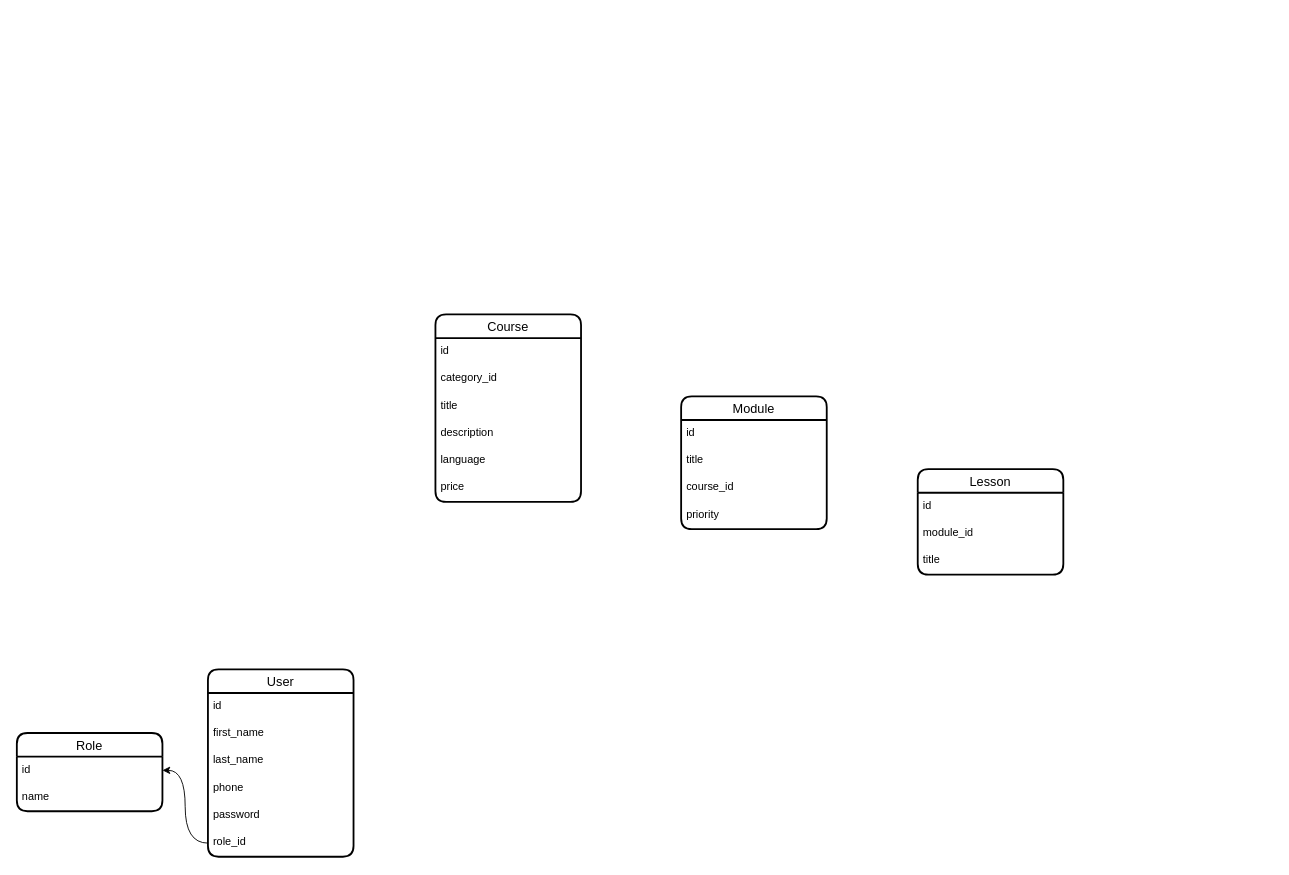
Above: karsoft-learning-platform.drawio in iztileuoff/databases (draw.io), before the change. Source tidied: cells renumbered, new cells numbered last; positions are measured from the earlier drawing's top-left corner, leaving out a move shared by most shapes. Both pictures are drawn from the tidied source at 91%, with x=0, y=0 at pixel (16, 314).
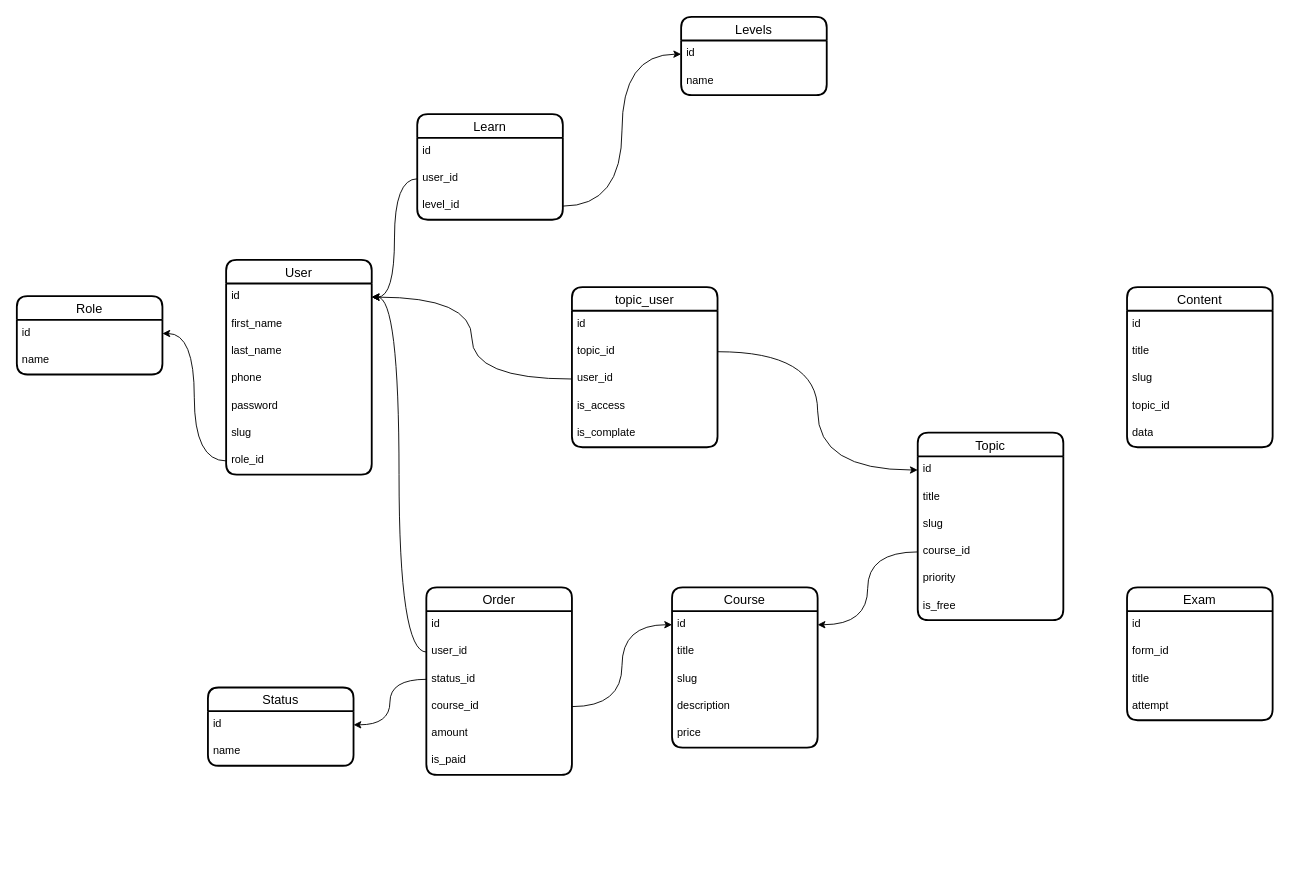
Above is the later version.

Unchanged cells that the change refers to:
```xml
<mxCell id="3" value="id" style="text;strokeColor=none;fillColor=none;spacingLeft=4;spacingRight=4;overflow=hidden;points=[[0,0.5],[1,0.5]];portConstraint=eastwest;fontSize=12;whiteSpace=wrap;html=1;" parent="2" vertex="1">
  <mxGeometry y="26" width="160" height="30" as="geometry" />
</mxCell>
<mxCell id="14" value="id" style="text;strokeColor=none;fillColor=none;spacingLeft=4;spacingRight=4;overflow=hidden;points=[[0,0.5],[1,0.5]];portConstraint=eastwest;fontSize=12;whiteSpace=wrap;html=1;" parent="13" vertex="1">
  <mxGeometry y="26" width="160" height="30" as="geometry" />
</mxCell>
<mxCell id="21" value="id" style="text;strokeColor=none;fillColor=none;spacingLeft=4;spacingRight=4;overflow=hidden;points=[[0,0.5],[1,0.5]];portConstraint=eastwest;fontSize=12;whiteSpace=wrap;html=1;" parent="20" vertex="1">
  <mxGeometry y="26" width="160" height="30" as="geometry" />
</mxCell>
```

What changed in the source:
```diff
@@
     <mxCell id="2" value="User" style="swimlane;fontStyle=0;horizontal=1;startSize=26;align=center;fontSize=14;strokeWidth=2;rounded=1;shadow=0;glass=0;swimlaneLine=1;" parent="1" vertex="1">
-      <mxGeometry x="210" y="390" width="160" height="206" as="geometry" />
+      <mxGeometry x="230" y="-60" width="160" height="236" as="geometry" />
     </mxCell>
@@
+    <mxCell id="29" value="slug" style="text;strokeColor=none;fillColor=none;spacingLeft=4;spacingRight=4;overflow=hidden;fontSize=12;whiteSpace=wrap;html=1;" parent="2" vertex="1">
+      <mxGeometry y="176" width="160" height="30" as="geometry" />
+    </mxCell>
     <mxCell id="8" value="role_id" style="text;strokeColor=none;fillColor=none;spacingLeft=4;spacingRight=4;overflow=hidden;points=[[0,0.5],[1,0.5]];portConstraint=eastwest;fontSize=12;whiteSpace=wrap;html=1;" parent="2" vertex="1">
-      <mxGeometry y="176" width="160" height="30" as="geometry" />
+      <mxGeometry y="206" width="160" height="30" as="geometry" />
     </mxCell>
     <mxCell id="9" value="Role" style="swimlane;fontStyle=0;horizontal=1;startSize=26;align=center;fontSize=14;strokeWidth=2;rounded=1;shadow=0;glass=0;swimlaneLine=1;" parent="1" vertex="1">
-      <mxGeometry y="460" width="160" height="86" as="geometry" />
+      <mxGeometry y="-20" width="160" height="86" as="geometry" />
     </mxCell>
@@
     <mxCell id="13" value="Course" style="swimlane;fontStyle=0;horizontal=1;startSize=26;align=center;fontSize=14;strokeWidth=2;rounded=1;shadow=0;glass=0;swimlaneLine=1;" parent="1" vertex="1">
-      <mxGeometry x="460" width="160" height="206" as="geometry" />
+      <mxGeometry x="720" y="300" width="160" height="176" as="geometry" />
     </mxCell>
@@
-    <mxCell id="15" value="category_id" style="text;strokeColor=none;fillColor=none;spacingLeft=4;spacingRight=4;overflow=hidden;fontSize=12;whiteSpace=wrap;html=1;" parent="13" vertex="1">
-      <mxGeometry y="56" width="160" height="30" as="geometry" />
-    </mxCell>
     <mxCell id="16" value="title" style="text;strokeColor=none;fillColor=none;spacingLeft=4;spacingRight=4;overflow=hidden;fontSize=12;whiteSpace=wrap;html=1;" parent="13" vertex="1">
-      <mxGeometry y="86" width="160" height="30" as="geometry" />
+      <mxGeometry y="56" width="160" height="30" as="geometry" />
     </mxCell>
+    <mxCell id="30" value="slug" style="text;strokeColor=none;fillColor=none;spacingLeft=4;spacingRight=4;overflow=hidden;fontSize=12;whiteSpace=wrap;html=1;" parent="13" vertex="1">
+      <mxGeometry y="86" width="160" height="30" as="geometry" />
+    </mxCell>
@@
-    <mxCell id="18" value="language" style="text;strokeColor=none;fillColor=none;spacingLeft=4;spacingRight=4;overflow=hidden;fontSize=12;whiteSpace=wrap;html=1;" parent="13" vertex="1">
-      <mxGeometry y="146" width="160" height="30" as="geometry" />
-    </mxCell>
     <mxCell id="19" value="price" style="text;strokeColor=none;fillColor=none;spacingLeft=4;spacingRight=4;overflow=hidden;fontSize=12;whiteSpace=wrap;html=1;" parent="13" vertex="1">
-      <mxGeometry y="176" width="160" height="30" as="geometry" />
+      <mxGeometry y="146" width="160" height="30" as="geometry" />
     </mxCell>
-    <mxCell id="20" value="Module" style="swimlane;fontStyle=0;horizontal=1;startSize=26;align=center;fontSize=14;strokeWidth=2;rounded=1;shadow=0;glass=0;swimlaneLine=1;" parent="1" vertex="1">
-      <mxGeometry x="730" y="90" width="160" height="146" as="geometry" />
+    <mxCell id="20" value="Topic" style="swimlane;fontStyle=0;horizontal=1;startSize=26;align=center;fontSize=14;strokeWidth=2;rounded=1;shadow=0;glass=0;swimlaneLine=1;" parent="1" vertex="1">
+      <mxGeometry x="990" y="130" width="160" height="206" as="geometry" />
     </mxCell>
@@
+    <mxCell id="31" value="slug" style="text;strokeColor=none;fillColor=none;spacingLeft=4;spacingRight=4;overflow=hidden;fontSize=12;whiteSpace=wrap;html=1;" parent="20" vertex="1">
+      <mxGeometry y="86" width="160" height="30" as="geometry" />
+    </mxCell>
     <mxCell id="23" value="course_id" style="text;strokeColor=none;fillColor=none;spacingLeft=4;spacingRight=4;overflow=hidden;points=[[0,0.5],[1,0.5]];portConstraint=eastwest;fontSize=12;whiteSpace=wrap;html=1;" parent="20" vertex="1">
-      <mxGeometry y="86" width="160" height="30" as="geometry" />
+      <mxGeometry y="116" width="160" height="30" as="geometry" />
     </mxCell>
     <mxCell id="24" value="priority" style="text;strokeColor=none;fillColor=none;spacingLeft=4;spacingRight=4;overflow=hidden;fontSize=12;whiteSpace=wrap;html=1;" parent="20" vertex="1">
-      <mxGeometry y="116" width="160" height="30" as="geometry" />
+      <mxGeometry y="146" width="160" height="30" as="geometry" />
     </mxCell>
-    <mxCell id="25" value="Lesson" style="swimlane;fontStyle=0;horizontal=1;startSize=26;align=center;fontSize=14;strokeWidth=2;rounded=1;shadow=0;glass=0;swimlaneLine=1;" parent="1" vertex="1">
-      <mxGeometry x="990" y="170" width="160" height="116" as="geometry" />
-    </mxCell>
-    <mxCell id="26" value="id" style="text;strokeColor=none;fillColor=none;spacingLeft=4;spacingRight=4;overflow=hidden;fontSize=12;whiteSpace=wrap;html=1;" parent="25" vertex="1">
-      <mxGeometry y="26" width="160" height="30" as="geometry" />
-    </mxCell>
-    <mxCell id="27" value="module_id" style="text;strokeColor=none;fillColor=none;spacingLeft=4;spacingRight=4;overflow=hidden;fontSize=12;whiteSpace=wrap;html=1;" parent="25" vertex="1">
-      <mxGeometry y="56" width="160" height="30" as="geometry" />
-    </mxCell>
+    <mxCell id="32" value="is_free" style="text;strokeColor=none;fillColor=none;spacingLeft=4;spacingRight=4;overflow=hidden;fontSize=12;whiteSpace=wrap;html=1;" parent="20" vertex="1">
+      <mxGeometry y="176" width="160" height="30" as="geometry" />
+    </mxCell>
+    <mxCell id="33" value="Order" style="swimlane;fontStyle=0;horizontal=1;startSize=26;align=center;fontSize=14;strokeWidth=2;rounded=1;shadow=0;glass=0;swimlaneLine=1;" parent="1" vertex="1">
+      <mxGeometry x="450" y="300" width="160" height="206" as="geometry" />
+    </mxCell>
+    <mxCell id="34" value="id" style="text;strokeColor=none;fillColor=none;spacingLeft=4;spacingRight=4;overflow=hidden;fontSize=12;whiteSpace=wrap;html=1;" parent="33" vertex="1">
+      <mxGeometry y="26" width="160" height="30" as="geometry" />
+    </mxCell>
+    <mxCell id="35" value="user_id" style="text;strokeColor=none;fillColor=none;spacingLeft=4;spacingRight=4;overflow=hidden;points=[[0,0.5],[1,0.5]];portConstraint=eastwest;fontSize=12;whiteSpace=wrap;html=1;" parent="33" vertex="1">
+      <mxGeometry y="56" width="160" height="30" as="geometry" />
+    </mxCell>
+    <mxCell id="36" value="status_id" style="text;strokeColor=none;fillColor=none;spacingLeft=4;spacingRight=4;overflow=hidden;points=[[0,0.5],[1,0.5]];portConstraint=eastwest;fontSize=12;whiteSpace=wrap;html=1;" parent="33" vertex="1">
+      <mxGeometry y="86" width="160" height="30" as="geometry" />
+    </mxCell>
+    <mxCell id="37" value="course_id" style="text;strokeColor=none;fillColor=none;spacingLeft=4;spacingRight=4;overflow=hidden;points=[[0,0.5],[1,0.5]];portConstraint=eastwest;fontSize=12;whiteSpace=wrap;html=1;" parent="33" vertex="1">
+      <mxGeometry y="116" width="160" height="30" as="geometry" />
+    </mxCell>
+    <mxCell id="38" value="amount" style="text;strokeColor=none;fillColor=none;spacingLeft=4;spacingRight=4;overflow=hidden;fontSize=12;whiteSpace=wrap;html=1;" parent="33" vertex="1">
+      <mxGeometry y="146" width="160" height="30" as="geometry" />
+    </mxCell>
+    <mxCell id="39" value="is_paid" style="text;strokeColor=none;fillColor=none;spacingLeft=4;spacingRight=4;overflow=hidden;fontSize=12;whiteSpace=wrap;html=1;" parent="33" vertex="1">
+      <mxGeometry y="176" width="160" height="30" as="geometry" />
+    </mxCell>
+    <mxCell id="40" style="edgeStyle=orthogonalEdgeStyle;rounded=0;jettySize=auto;html=1;entryX=0;entryY=0.5;entryDx=0;entryDy=0;curved=1;" parent="1" edge="1" source="37" target="14">
+      <mxGeometry relative="1" as="geometry" />
+    </mxCell>
+    <mxCell id="41" style="edgeStyle=orthogonalEdgeStyle;rounded=0;jettySize=auto;html=1;entryX=1;entryY=0.5;entryDx=0;entryDy=0;curved=1;" parent="1" edge="1" source="35" target="3">
+      <mxGeometry relative="1" as="geometry" />
+    </mxCell>
+    <mxCell id="42" value="Status" style="swimlane;fontStyle=0;horizontal=1;startSize=26;align=center;fontSize=14;strokeWidth=2;rounded=1;shadow=0;glass=0;swimlaneLine=1;" parent="1" vertex="1">
+      <mxGeometry x="210" y="410" width="160" height="86" as="geometry" />
+    </mxCell>
+    <mxCell id="43" value="id" style="text;strokeColor=none;fillColor=none;spacingLeft=4;spacingRight=4;overflow=hidden;points=[[0,0.5],[1,0.5]];portConstraint=eastwest;fontSize=12;whiteSpace=wrap;html=1;" parent="42" vertex="1">
+      <mxGeometry y="26" width="160" height="30" as="geometry" />
+    </mxCell>
+    <mxCell id="44" value="name" style="text;strokeColor=none;fillColor=none;spacingLeft=4;spacingRight=4;overflow=hidden;fontSize=12;whiteSpace=wrap;html=1;" parent="42" vertex="1">
+      <mxGeometry y="56" width="160" height="30" as="geometry" />
+    </mxCell>
+    <mxCell id="45" style="edgeStyle=orthogonalEdgeStyle;rounded=0;jettySize=auto;html=1;entryX=1;entryY=0.5;entryDx=0;entryDy=0;curved=1;" parent="1" edge="1" source="36" target="43">
+      <mxGeometry relative="1" as="geometry" />
+    </mxCell>
+    <mxCell id="46" value="topic_user" style="swimlane;fontStyle=0;horizontal=1;startSize=26;align=center;fontSize=14;strokeWidth=2;rounded=1;shadow=0;glass=0;swimlaneLine=1;" parent="1" vertex="1">
+      <mxGeometry x="610" y="-30" width="160" height="176" as="geometry" />
+    </mxCell>
+    <mxCell id="47" value="id" style="text;strokeColor=none;fillColor=none;spacingLeft=4;spacingRight=4;overflow=hidden;fontSize=12;whiteSpace=wrap;html=1;" parent="46" vertex="1">
+      <mxGeometry y="26" width="160" height="30" as="geometry" />
+    </mxCell>
+    <mxCell id="48" value="topic_id" style="text;strokeColor=none;fillColor=none;spacingLeft=4;spacingRight=4;overflow=hidden;points=[[0,0.5],[1,0.5]];portConstraint=eastwest;fontSize=12;whiteSpace=wrap;html=1;" parent="46" vertex="1">
+      <mxGeometry y="56" width="160" height="30" as="geometry" />
+    </mxCell>
+    <mxCell id="49" value="user_id" style="text;strokeColor=none;fillColor=none;spacingLeft=4;spacingRight=4;overflow=hidden;points=[[0,0.5],[1,0.5]];portConstraint=eastwest;fontSize=12;whiteSpace=wrap;html=1;" parent="46" vertex="1">
+      <mxGeometry y="86" width="160" height="30" as="geometry" />
+    </mxCell>
+    <mxCell id="50" value="is_access" style="text;strokeColor=none;fillColor=none;spacingLeft=4;spacingRight=4;overflow=hidden;fontSize=12;whiteSpace=wrap;html=1;" parent="46" vertex="1">
+      <mxGeometry y="116" width="160" height="30" as="geometry" />
+    </mxCell>
+    <mxCell id="51" value="is_complate" style="text;strokeColor=none;fillColor=none;spacingLeft=4;spacingRight=4;overflow=hidden;fontSize=12;whiteSpace=wrap;html=1;" parent="46" vertex="1">
+      <mxGeometry y="146" width="160" height="30" as="geometry" />
+    </mxCell>
+    <mxCell id="52" style="edgeStyle=orthogonalEdgeStyle;rounded=0;jettySize=auto;html=1;entryX=0;entryY=0.5;entryDx=0;entryDy=0;curved=1;" parent="1" edge="1" source="48" target="21">
+      <mxGeometry relative="1" as="geometry" />
+    </mxCell>
+    <mxCell id="53" style="edgeStyle=orthogonalEdgeStyle;rounded=0;jettySize=auto;html=1;entryX=1;entryY=0.5;entryDx=0;entryDy=0;curved=1;" parent="1" edge="1" source="49" target="3">
+      <mxGeometry relative="1" as="geometry" />
+    </mxCell>
+    <mxCell id="54" style="edgeStyle=orthogonalEdgeStyle;rounded=0;jettySize=auto;html=1;entryX=1;entryY=0.5;entryDx=0;entryDy=0;curved=1;" parent="1" edge="1" source="23" target="14">
+      <mxGeometry relative="1" as="geometry" />
+    </mxCell>
+    <mxCell id="55" value="Exam" style="swimlane;fontStyle=0;horizontal=1;startSize=26;align=center;fontSize=14;strokeWidth=2;rounded=1;shadow=0;glass=0;swimlaneLine=1;" parent="1" vertex="1">
+      <mxGeometry x="1220" y="300" width="160" height="146" as="geometry" />
+    </mxCell>
+    <mxCell id="56" value="id" style="text;strokeColor=none;fillColor=none;spacingLeft=4;spacingRight=4;overflow=hidden;fontSize=12;whiteSpace=wrap;html=1;" parent="55" vertex="1">
+      <mxGeometry y="26" width="160" height="30" as="geometry" />
+    </mxCell>
+    <mxCell id="57" value="form_id" style="text;strokeColor=none;fillColor=none;spacingLeft=4;spacingRight=4;overflow=hidden;fontSize=12;whiteSpace=wrap;html=1;" parent="55" vertex="1">
+      <mxGeometry y="56" width="160" height="30" as="geometry" />
+    </mxCell>
-    <mxCell id="28" value="title" style="text;strokeColor=none;fillColor=none;spacingLeft=4;spacingRight=4;overflow=hidden;fontSize=12;whiteSpace=wrap;html=1;" parent="25" vertex="1">
+    <mxCell id="28" value="title" style="text;strokeColor=none;fillColor=none;spacingLeft=4;spacingRight=4;overflow=hidden;fontSize=12;whiteSpace=wrap;html=1;" parent="55" vertex="1">
       <mxGeometry y="86" width="160" height="30" as="geometry" />
     </mxCell>
+    <mxCell id="58" value="attempt" style="text;strokeColor=none;fillColor=none;spacingLeft=4;spacingRight=4;overflow=hidden;fontSize=12;whiteSpace=wrap;html=1;" parent="55" vertex="1">
+      <mxGeometry y="116" width="160" height="30" as="geometry" />
+    </mxCell>
+    <mxCell id="59" value="Learn" style="swimlane;fontStyle=0;horizontal=1;startSize=26;align=center;fontSize=14;strokeWidth=2;rounded=1;shadow=0;glass=0;swimlaneLine=1;" parent="1" vertex="1">
+      <mxGeometry x="440" y="-220" width="160" height="116" as="geometry" />
+    </mxCell>
+    <mxCell id="60" value="id" style="text;strokeColor=none;fillColor=none;spacingLeft=4;spacingRight=4;overflow=hidden;fontSize=12;whiteSpace=wrap;html=1;" parent="59" vertex="1">
+      <mxGeometry y="26" width="160" height="30" as="geometry" />
+    </mxCell>
+    <mxCell id="61" value="user_id" style="text;strokeColor=none;fillColor=none;spacingLeft=4;spacingRight=4;overflow=hidden;points=[[0,0.5],[1,0.5]];portConstraint=eastwest;fontSize=12;whiteSpace=wrap;html=1;" parent="59" vertex="1">
+      <mxGeometry y="56" width="160" height="30" as="geometry" />
+    </mxCell>
+    <mxCell id="62" value="level_id" style="text;strokeColor=none;fillColor=none;spacingLeft=4;spacingRight=4;overflow=hidden;points=[[0,0.5],[1,0.5]];portConstraint=eastwest;fontSize=12;whiteSpace=wrap;html=1;" parent="59" vertex="1">
+      <mxGeometry y="86" width="160" height="30" as="geometry" />
+    </mxCell>
+    <mxCell id="63" value="Levels" style="swimlane;fontStyle=0;horizontal=1;startSize=26;align=center;fontSize=14;strokeWidth=2;rounded=1;shadow=0;glass=0;swimlaneLine=1;" parent="1" vertex="1">
+      <mxGeometry x="730" y="-327" width="160" height="86" as="geometry" />
+    </mxCell>
+    <mxCell id="64" value="id" style="text;strokeColor=none;fillColor=none;spacingLeft=4;spacingRight=4;overflow=hidden;points=[[0,0.5],[1,0.5]];portConstraint=eastwest;fontSize=12;whiteSpace=wrap;html=1;" parent="63" vertex="1">
+      <mxGeometry y="26" width="160" height="30" as="geometry" />
+    </mxCell>
+    <mxCell id="65" value="name" style="text;strokeColor=none;fillColor=none;spacingLeft=4;spacingRight=4;overflow=hidden;fontSize=12;whiteSpace=wrap;html=1;" parent="63" vertex="1">
+      <mxGeometry y="56" width="160" height="30" as="geometry" />
+    </mxCell>
+    <mxCell id="66" style="edgeStyle=orthogonalEdgeStyle;rounded=0;jettySize=auto;html=1;entryX=0;entryY=0.5;entryDx=0;entryDy=0;curved=1;" parent="1" edge="1" source="62" target="64">
+      <mxGeometry relative="1" as="geometry" />
+    </mxCell>
+    <mxCell id="67" style="edgeStyle=orthogonalEdgeStyle;rounded=0;jettySize=auto;html=1;entryX=1;entryY=0.5;entryDx=0;entryDy=0;curved=1;" parent="1" edge="1" source="61" target="3">
+      <mxGeometry relative="1" as="geometry" />
+    </mxCell>
+    <mxCell id="68" value="Content" style="swimlane;fontStyle=0;horizontal=1;startSize=26;align=center;fontSize=14;strokeWidth=2;rounded=1;shadow=0;glass=0;swimlaneLine=1;" parent="1" vertex="1">
+      <mxGeometry x="1220" y="-30" width="160" height="176" as="geometry" />
+    </mxCell>
+    <mxCell id="69" value="id" style="text;strokeColor=none;fillColor=none;spacingLeft=4;spacingRight=4;overflow=hidden;fontSize=12;whiteSpace=wrap;html=1;" parent="68" vertex="1">
+      <mxGeometry y="26" width="160" height="30" as="geometry" />
+    </mxCell>
+    <mxCell id="70" value="title" style="text;strokeColor=none;fillColor=none;spacingLeft=4;spacingRight=4;overflow=hidden;fontSize=12;whiteSpace=wrap;html=1;" parent="68" vertex="1">
+      <mxGeometry y="56" width="160" height="30" as="geometry" />
+    </mxCell>
+    <mxCell id="71" value="slug" style="text;strokeColor=none;fillColor=none;spacingLeft=4;spacingRight=4;overflow=hidden;fontSize=12;whiteSpace=wrap;html=1;" parent="68" vertex="1">
+      <mxGeometry y="86" width="160" height="30" as="geometry" />
+    </mxCell>
+    <mxCell id="72" value="topic_id" style="text;strokeColor=none;fillColor=none;spacingLeft=4;spacingRight=4;overflow=hidden;fontSize=12;whiteSpace=wrap;html=1;" parent="68" vertex="1">
+      <mxGeometry y="116" width="160" height="30" as="geometry" />
+    </mxCell>
+    <mxCell id="73" value="data" style="text;strokeColor=none;fillColor=none;spacingLeft=4;spacingRight=4;overflow=hidden;fontSize=12;whiteSpace=wrap;html=1;" parent="68" vertex="1">
+      <mxGeometry y="146" width="160" height="30" as="geometry" />
+    </mxCell>
```
